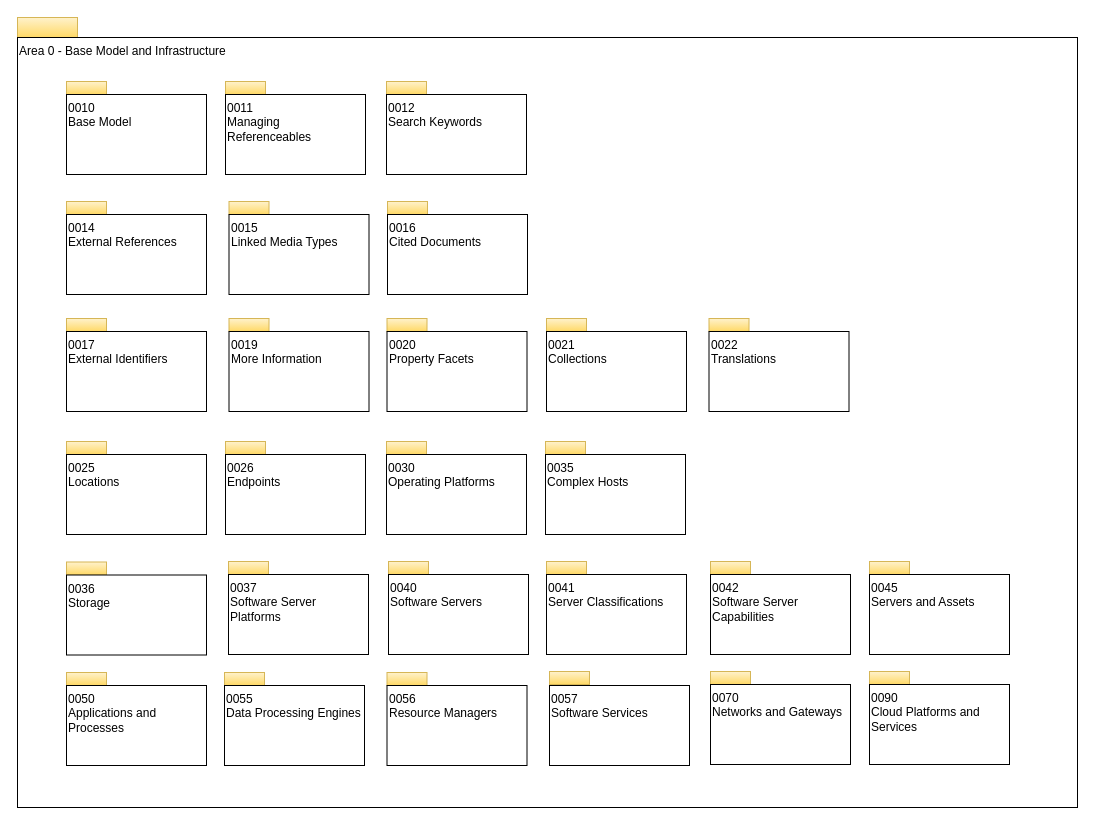
Before: page "overview" (1 of 31) of site/docs/types/0/area-0-basic-types-and-infrastructure.drawio in odpi/egeria-docs, a draw.io diagram. Source tidied: cells renumbered, new cells numbered last; positions are measured from the earlier drawing's top-left corner, leaving out a move shared by most shapes. Both pictures are drawn from the tidied source at 100%, with x=0, y=0 at pixel (17, 17).
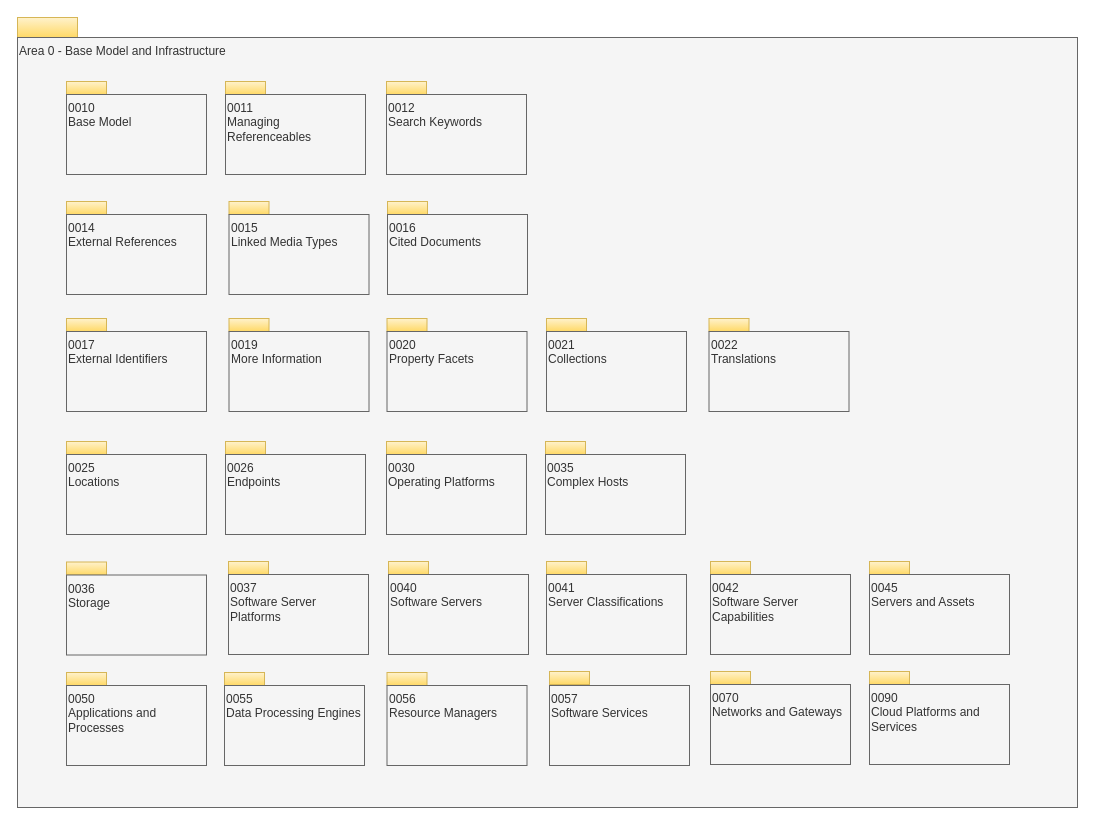
Above is the later version.

What changed in the source:
```diff
@@
-<mxGraphModel>
+<mxGraphModel background="#ffffff">
@@
-    <mxCell id="3" value="Area 0 - Base Model and Infrastructure" style="rounded=0;whiteSpace=wrap;html=1;align=left;verticalAlign=top;" parent="1" vertex="1">
+    <mxCell id="3" value="Area 0 - Base Model and Infrastructure" style="rounded=0;whiteSpace=wrap;html=1;align=left;verticalAlign=top;fillColor=#f5f5f5;fontColor=#333333;strokeColor=#666666;" parent="1" vertex="1">
       <mxGeometry y="20" width="1060" height="770" as="geometry" />
     </mxCell>
@@
-    <mxCell id="5" value="0012&lt;br&gt;Search Keywords" style="rounded=0;whiteSpace=wrap;html=1;align=left;verticalAlign=top;" parent="1" vertex="1">
+    <mxCell id="5" value="0012&lt;br&gt;Search Keywords" style="rounded=0;whiteSpace=wrap;html=1;align=left;verticalAlign=top;fillColor=#f5f5f5;fontColor=#333333;strokeColor=#666666;" parent="1" vertex="1">
       <mxGeometry x="369" y="77" width="140" height="80" as="geometry" />
     </mxCell>
@@
-    <mxCell id="7" value="0015&lt;br&gt;Linked Media Types" style="rounded=0;whiteSpace=wrap;html=1;align=left;verticalAlign=top;" parent="1" vertex="1">
+    <mxCell id="7" value="0015&lt;br&gt;Linked Media Types" style="rounded=0;whiteSpace=wrap;html=1;align=left;verticalAlign=top;fillColor=#f5f5f5;fontColor=#333333;strokeColor=#666666;" parent="1" vertex="1">
       <mxGeometry x="211.5" y="197" width="140" height="80" as="geometry" />
     </mxCell>
@@
-    <mxCell id="9" value="0017&lt;br&gt;External Identifiers&lt;br&gt;" style="rounded=0;whiteSpace=wrap;html=1;align=left;verticalAlign=top;" parent="1" vertex="1">
+    <mxCell id="9" value="0017&lt;br&gt;External Identifiers&lt;br&gt;" style="rounded=0;whiteSpace=wrap;html=1;align=left;verticalAlign=top;fillColor=#f5f5f5;fontColor=#333333;strokeColor=#666666;" parent="1" vertex="1">
       <mxGeometry x="49" y="314" width="140" height="80" as="geometry" />
     </mxCell>
@@
-    <mxCell id="11" value="0020&lt;br&gt;Property Facets&lt;br&gt;" style="rounded=0;whiteSpace=wrap;html=1;align=left;verticalAlign=top;" parent="1" vertex="1">
+    <mxCell id="11" value="0020&lt;br&gt;Property Facets&lt;br&gt;" style="rounded=0;whiteSpace=wrap;html=1;align=left;verticalAlign=top;fillColor=#f5f5f5;fontColor=#333333;strokeColor=#666666;" parent="1" vertex="1">
       <mxGeometry x="369.5" y="314" width="140" height="80" as="geometry" />
     </mxCell>
@@
-    <mxCell id="13" value="0021&lt;br&gt;Collections" style="rounded=0;whiteSpace=wrap;html=1;align=left;verticalAlign=top;" parent="1" vertex="1">
+    <mxCell id="13" value="0021&lt;br&gt;Collections" style="rounded=0;whiteSpace=wrap;html=1;align=left;verticalAlign=top;fillColor=#f5f5f5;fontColor=#333333;strokeColor=#666666;" parent="1" vertex="1">
       <mxGeometry x="529" y="314" width="140" height="80" as="geometry" />
     </mxCell>
@@
-    <mxCell id="15" value="0030&lt;br&gt;Operating Platforms" style="rounded=0;whiteSpace=wrap;html=1;align=left;verticalAlign=top;" parent="1" vertex="1">
+    <mxCell id="15" value="0030&lt;br&gt;Operating Platforms" style="rounded=0;whiteSpace=wrap;html=1;align=left;verticalAlign=top;fillColor=#f5f5f5;fontColor=#333333;strokeColor=#666666;" parent="1" vertex="1">
       <mxGeometry x="369" y="437" width="140" height="80" as="geometry" />
     </mxCell>
@@
-    <mxCell id="17" value="0035&lt;br&gt;Complex Hosts&lt;br&gt;" style="rounded=0;whiteSpace=wrap;html=1;align=left;verticalAlign=top;" parent="1" vertex="1">
+    <mxCell id="17" value="0035&lt;br&gt;Complex Hosts&lt;br&gt;" style="rounded=0;whiteSpace=wrap;html=1;align=left;verticalAlign=top;fillColor=#f5f5f5;fontColor=#333333;strokeColor=#666666;" parent="1" vertex="1">
       <mxGeometry x="528" y="437" width="140" height="80" as="geometry" />
     </mxCell>
@@
-    <mxCell id="19" value="0040&lt;br&gt;Software Servers&lt;br&gt;" style="rounded=0;whiteSpace=wrap;html=1;align=left;verticalAlign=top;" parent="1" vertex="1">
+    <mxCell id="19" value="0040&lt;br&gt;Software Servers&lt;br&gt;" style="rounded=0;whiteSpace=wrap;html=1;align=left;verticalAlign=top;fillColor=#f5f5f5;fontColor=#333333;strokeColor=#666666;" parent="1" vertex="1">
       <mxGeometry x="371" y="557" width="140" height="80" as="geometry" />
     </mxCell>
@@
-    <mxCell id="21" value="0041&lt;br&gt;Server Classifications" style="rounded=0;whiteSpace=wrap;html=1;align=left;verticalAlign=top;" parent="1" vertex="1">
+    <mxCell id="21" value="0041&lt;br&gt;Server Classifications" style="rounded=0;whiteSpace=wrap;html=1;align=left;verticalAlign=top;fillColor=#f5f5f5;fontColor=#333333;strokeColor=#666666;" parent="1" vertex="1">
       <mxGeometry x="529" y="557" width="140" height="80" as="geometry" />
     </mxCell>
@@
-    <mxCell id="23" value="0014&lt;br&gt;External References" style="rounded=0;whiteSpace=wrap;html=1;align=left;verticalAlign=top;" parent="1" vertex="1">
+    <mxCell id="23" value="0014&lt;br&gt;External References" style="rounded=0;whiteSpace=wrap;html=1;align=left;verticalAlign=top;fillColor=#f5f5f5;fontColor=#333333;strokeColor=#666666;" parent="1" vertex="1">
       <mxGeometry x="49" y="197" width="140" height="80" as="geometry" />
     </mxCell>
@@
-    <mxCell id="25" value="0036&lt;br&gt;Storage" style="rounded=0;whiteSpace=wrap;html=1;align=left;verticalAlign=top;" parent="1" vertex="1">
+    <mxCell id="25" value="0036&lt;br&gt;Storage" style="rounded=0;whiteSpace=wrap;html=1;align=left;verticalAlign=top;fillColor=#f5f5f5;fontColor=#333333;strokeColor=#666666;" parent="1" vertex="1">
       <mxGeometry x="49" y="557.5" width="140" height="80" as="geometry" />
     </mxCell>
@@
-    <mxCell id="27" value="0042&lt;br&gt;Software Server Capabilities" style="rounded=0;whiteSpace=wrap;html=1;align=left;verticalAlign=top;" parent="1" vertex="1">
+    <mxCell id="27" value="0042&lt;br&gt;Software Server Capabilities" style="rounded=0;whiteSpace=wrap;html=1;align=left;verticalAlign=top;fillColor=#f5f5f5;fontColor=#333333;strokeColor=#666666;" parent="1" vertex="1">
       <mxGeometry x="693" y="557" width="140" height="80" as="geometry" />
     </mxCell>
@@
-    <mxCell id="29" value="0019&lt;br&gt;More Information" style="rounded=0;whiteSpace=wrap;html=1;align=left;verticalAlign=top;" parent="1" vertex="1">
+    <mxCell id="29" value="0019&lt;br&gt;More Information" style="rounded=0;whiteSpace=wrap;html=1;align=left;verticalAlign=top;fillColor=#f5f5f5;fontColor=#333333;strokeColor=#666666;" parent="1" vertex="1">
       <mxGeometry x="211.5" y="314" width="140" height="80" as="geometry" />
     </mxCell>
@@
-    <mxCell id="31" value="0010&lt;br&gt;Base Model" style="rounded=0;whiteSpace=wrap;html=1;align=left;verticalAlign=top;" parent="1" vertex="1">
+    <mxCell id="31" value="0010&lt;br&gt;Base Model" style="rounded=0;whiteSpace=wrap;html=1;align=left;verticalAlign=top;fillColor=#f5f5f5;fontColor=#333333;strokeColor=#666666;" parent="1" vertex="1">
       <mxGeometry x="49" y="77" width="140" height="80" as="geometry" />
     </mxCell>
@@
-    <mxCell id="33" value="0011&lt;br&gt;Managing Referenceables" style="rounded=0;whiteSpace=wrap;html=1;align=left;verticalAlign=top;" parent="1" vertex="1">
+    <mxCell id="33" value="0011&lt;br&gt;Managing Referenceables" style="rounded=0;whiteSpace=wrap;html=1;align=left;verticalAlign=top;fillColor=#f5f5f5;fontColor=#333333;strokeColor=#666666;" parent="1" vertex="1">
       <mxGeometry x="208" y="77" width="140" height="80" as="geometry" />
     </mxCell>
@@
-    <mxCell id="35" value="0025&lt;br&gt;Locations&lt;br&gt;" style="rounded=0;whiteSpace=wrap;html=1;align=left;verticalAlign=top;" parent="1" vertex="1">
+    <mxCell id="35" value="0025&lt;br&gt;Locations&lt;br&gt;" style="rounded=0;whiteSpace=wrap;html=1;align=left;verticalAlign=top;fillColor=#f5f5f5;fontColor=#333333;strokeColor=#666666;" parent="1" vertex="1">
       <mxGeometry x="49" y="437" width="140" height="80" as="geometry" />
     </mxCell>
@@
-    <mxCell id="37" value="0026&lt;br&gt;Endpoints" style="rounded=0;whiteSpace=wrap;html=1;align=left;verticalAlign=top;" parent="1" vertex="1">
+    <mxCell id="37" value="0026&lt;br&gt;Endpoints" style="rounded=0;whiteSpace=wrap;html=1;align=left;verticalAlign=top;fillColor=#f5f5f5;fontColor=#333333;strokeColor=#666666;" parent="1" vertex="1">
       <mxGeometry x="208" y="437" width="140" height="80" as="geometry" />
     </mxCell>
@@
-    <mxCell id="39" value="0037&lt;br&gt;Software Server Platforms" style="rounded=0;whiteSpace=wrap;html=1;align=left;verticalAlign=top;" parent="1" vertex="1">
+    <mxCell id="39" value="0037&lt;br&gt;Software Server Platforms" style="rounded=0;whiteSpace=wrap;html=1;align=left;verticalAlign=top;fillColor=#f5f5f5;fontColor=#333333;strokeColor=#666666;" parent="1" vertex="1">
       <mxGeometry x="211" y="557" width="140" height="80" as="geometry" />
     </mxCell>
@@
-    <mxCell id="41" value="0045&lt;br&gt;Servers and Assets&lt;br&gt;" style="rounded=0;whiteSpace=wrap;html=1;align=left;verticalAlign=top;" parent="1" vertex="1">
+    <mxCell id="41" value="0045&lt;br&gt;Servers and Assets&lt;br&gt;" style="rounded=0;whiteSpace=wrap;html=1;align=left;verticalAlign=top;fillColor=#f5f5f5;fontColor=#333333;strokeColor=#666666;" parent="1" vertex="1">
       <mxGeometry x="852" y="557" width="140" height="80" as="geometry" />
     </mxCell>
@@
-    <mxCell id="43" value="0022&lt;br&gt;Translations" style="rounded=0;whiteSpace=wrap;html=1;align=left;verticalAlign=top;" parent="1" vertex="1">
+    <mxCell id="43" value="0022&lt;br&gt;Translations" style="rounded=0;whiteSpace=wrap;html=1;align=left;verticalAlign=top;fillColor=#f5f5f5;fontColor=#333333;strokeColor=#666666;" parent="1" vertex="1">
       <mxGeometry x="691.5" y="314" width="140" height="80" as="geometry" />
     </mxCell>
@@
-    <mxCell id="45" value="0070&lt;br&gt;Networks and Gateways&lt;br&gt;" style="rounded=0;whiteSpace=wrap;html=1;align=left;verticalAlign=top;" parent="1" vertex="1">
+    <mxCell id="45" value="0070&lt;br&gt;Networks and Gateways&lt;br&gt;" style="rounded=0;whiteSpace=wrap;html=1;align=left;verticalAlign=top;fillColor=#f5f5f5;fontColor=#333333;strokeColor=#666666;" parent="1" vertex="1">
       <mxGeometry x="693" y="667" width="140" height="80" as="geometry" />
     </mxCell>
@@
-    <mxCell id="47" value="0090&lt;br&gt;Cloud Platforms and Services&lt;br&gt;" style="rounded=0;whiteSpace=wrap;html=1;align=left;verticalAlign=top;" parent="1" vertex="1">
+    <mxCell id="47" value="0090&lt;br&gt;Cloud Platforms and Services&lt;br&gt;" style="rounded=0;whiteSpace=wrap;html=1;align=left;verticalAlign=top;fillColor=#f5f5f5;fontColor=#333333;strokeColor=#666666;" parent="1" vertex="1">
       <mxGeometry x="852" y="667" width="140" height="80" as="geometry" />
     </mxCell>
@@
-    <mxCell id="49" value="0050&lt;br&gt;Applications and&lt;br&gt;Processes&lt;br&gt;" style="rounded=0;whiteSpace=wrap;html=1;align=left;verticalAlign=top;" parent="1" vertex="1">
+    <mxCell id="49" value="0050&lt;br&gt;Applications and&lt;br&gt;Processes&lt;br&gt;" style="rounded=0;whiteSpace=wrap;html=1;align=left;verticalAlign=top;fillColor=#f5f5f5;fontColor=#333333;strokeColor=#666666;" parent="1" vertex="1">
       <mxGeometry x="49" y="668" width="140" height="80" as="geometry" />
     </mxCell>
@@
-    <mxCell id="51" value="0055&lt;br&gt;Data Processing Engines&lt;br&gt;" style="rounded=0;whiteSpace=wrap;html=1;align=left;verticalAlign=top;" parent="1" vertex="1">
+    <mxCell id="51" value="0055&lt;br&gt;Data Processing Engines&lt;br&gt;" style="rounded=0;whiteSpace=wrap;html=1;align=left;verticalAlign=top;fillColor=#f5f5f5;fontColor=#333333;strokeColor=#666666;" parent="1" vertex="1">
       <mxGeometry x="207" y="668" width="140" height="80" as="geometry" />
     </mxCell>
@@
-    <mxCell id="53" value="0056&lt;br&gt;Resource Managers" style="rounded=0;whiteSpace=wrap;html=1;align=left;verticalAlign=top;" parent="1" vertex="1">
+    <mxCell id="53" value="0056&lt;br&gt;Resource Managers" style="rounded=0;whiteSpace=wrap;html=1;align=left;verticalAlign=top;fillColor=#f5f5f5;fontColor=#333333;strokeColor=#666666;" parent="1" vertex="1">
       <mxGeometry x="369.5" y="668" width="140" height="80" as="geometry" />
     </mxCell>
-    <mxCell id="54" value="0057&lt;br&gt;Software Services" style="rounded=0;whiteSpace=wrap;html=1;align=left;verticalAlign=top;" parent="1" vertex="1">
+    <mxCell id="54" value="0057&lt;br&gt;Software Services" style="rounded=0;whiteSpace=wrap;html=1;align=left;verticalAlign=top;fillColor=#f5f5f5;fontColor=#333333;strokeColor=#666666;" parent="1" vertex="1">
       <mxGeometry x="532" y="668" width="140" height="80" as="geometry" />
     </mxCell>
@@
-    <mxCell id="57" value="0016&lt;br&gt;Cited Documents" style="rounded=0;whiteSpace=wrap;html=1;align=left;verticalAlign=top;" parent="1" vertex="1">
+    <mxCell id="57" value="0016&lt;br&gt;Cited Documents" style="rounded=0;whiteSpace=wrap;html=1;align=left;verticalAlign=top;fillColor=#f5f5f5;fontColor=#333333;strokeColor=#666666;" parent="1" vertex="1">
       <mxGeometry x="370" y="197" width="140" height="80" as="geometry" />
     </mxCell>
```
